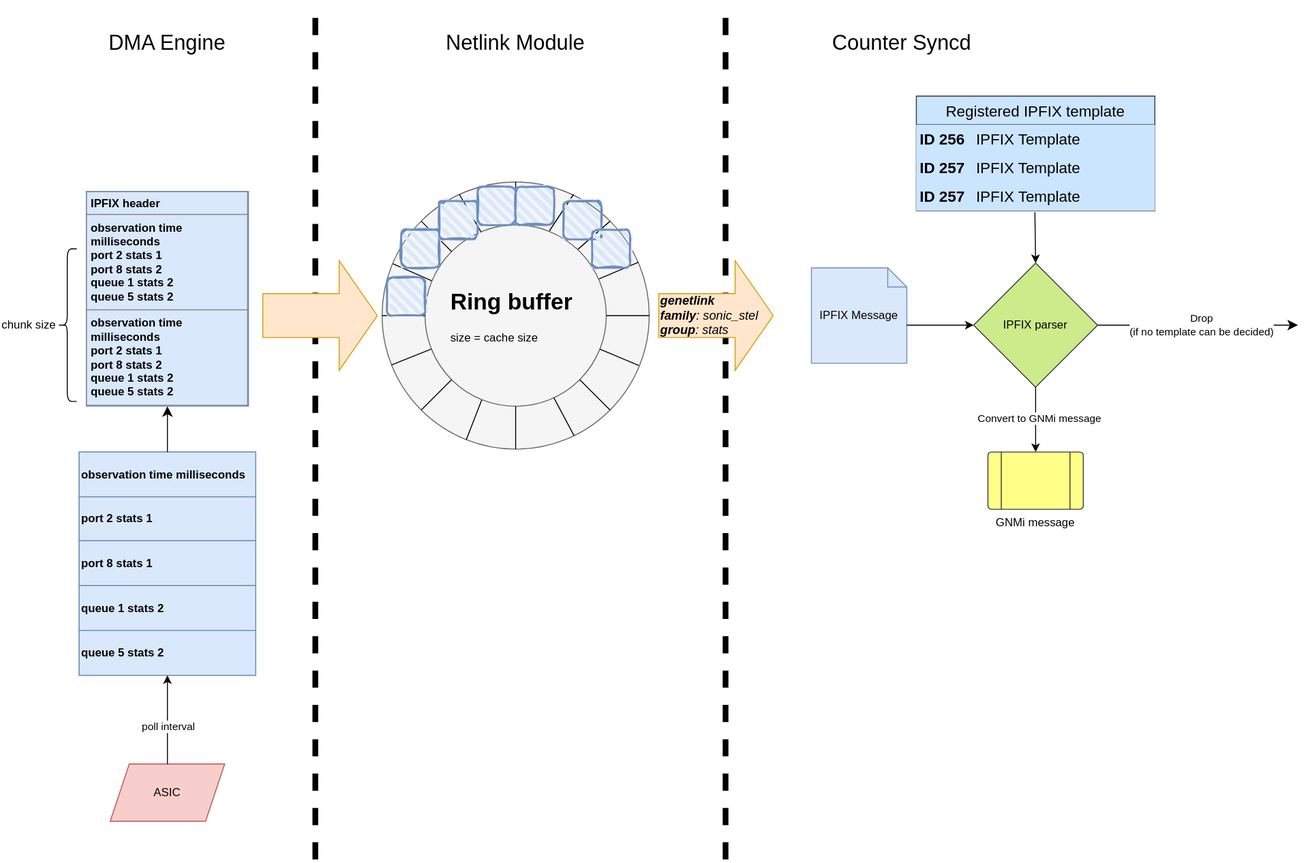
opencomputeproject/SAI keeps this draw.io diagram as doc/TAM/netlink_dma_channel.drawio.svg. Above is the earlier version. Source tidied: cells renumbered, new cells last; positions are measured from the earlier drawing's top-left corner, leaving out a move shared by most shapes.
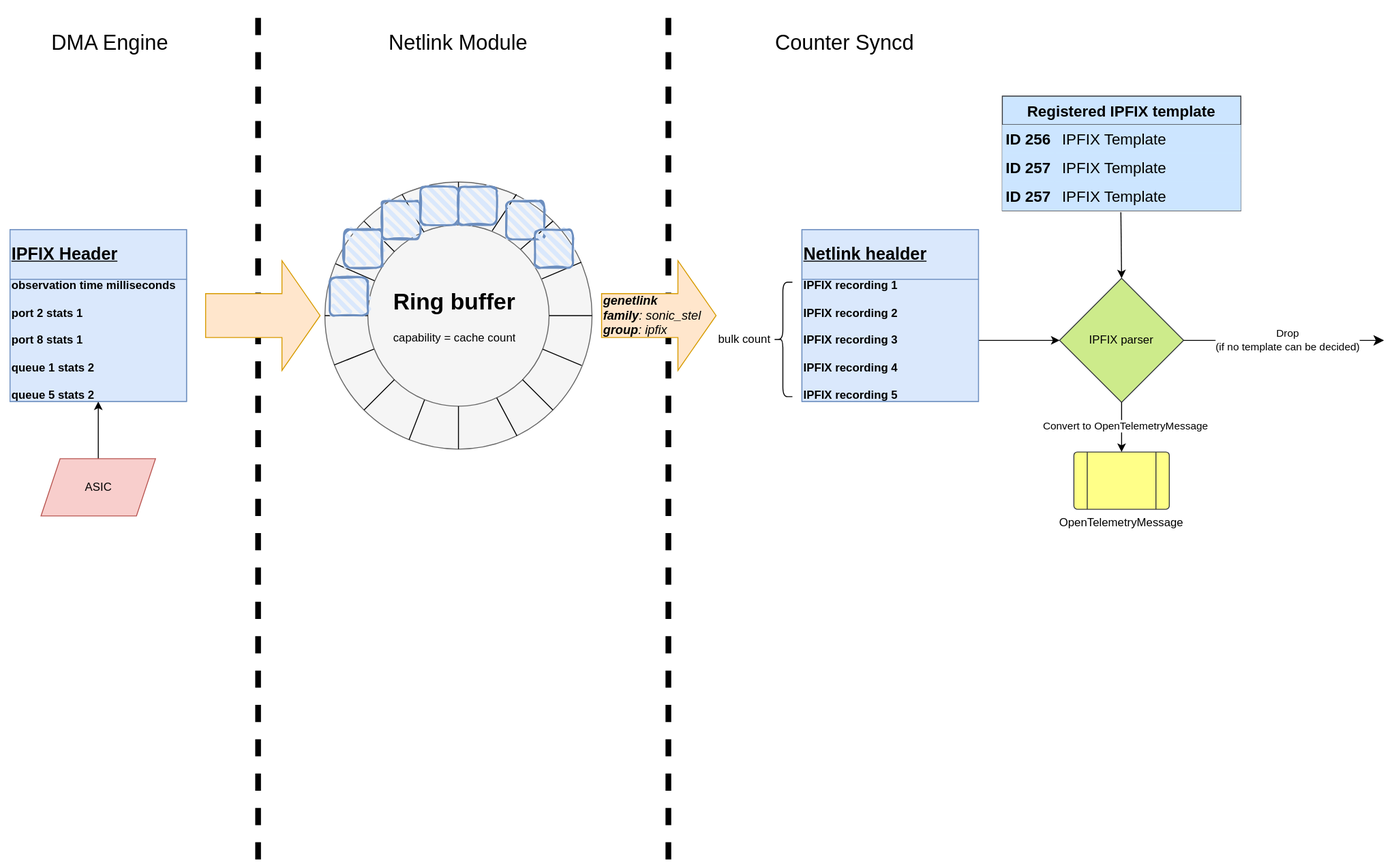
The same file after the commit.

The edit, as a diff of the source:
```diff
@@ -14,7 +14,7 @@
         <mxPoint x="760" y="10" as="targetPoint" />
       </mxGeometry>
     </mxCell>
-    <mxCell id="4" value="&lt;b&gt;genetlink&lt;/b&gt;&lt;div style=&quot;font-size: 13px;&quot;&gt;&lt;div style=&quot;font-size: 13px;&quot;&gt;&lt;b&gt;family&lt;/b&gt;: sonic_stel&lt;/div&gt;&lt;/div&gt;&lt;div style=&quot;font-size: 13px;&quot;&gt;&lt;b&gt;group&lt;/b&gt;: stats&lt;/div&gt;" style="html=1;shadow=0;dashed=0;align=left;verticalAlign=middle;shape=mxgraph.arrows2.arrow;dy=0.6;dx=40;notch=0;fontStyle=2;fontSize=13;fillColor=#ffe6cc;strokeColor=#d79b00;" parent="1" vertex="1">
+    <mxCell id="4" value="&lt;b&gt;genetlink&lt;/b&gt;&lt;div style=&quot;font-size: 13px;&quot;&gt;&lt;div style=&quot;font-size: 13px;&quot;&gt;&lt;b&gt;family&lt;/b&gt;: sonic_stel&lt;/div&gt;&lt;/div&gt;&lt;div style=&quot;font-size: 13px;&quot;&gt;&lt;b&gt;group&lt;/b&gt;: ipfix&lt;/div&gt;" style="html=1;shadow=0;dashed=0;align=left;verticalAlign=middle;shape=mxgraph.arrows2.arrow;dy=0.6;dx=40;notch=0;fontStyle=2;fontSize=13;fillColor=#ffe6cc;strokeColor=#d79b00;" parent="1" vertex="1">
       <mxGeometry x="690" y="272.5" width="120" height="115" as="geometry" />
     </mxCell>
     <mxCell id="5" value="Netlink Module" style="text;html=1;align=center;verticalAlign=middle;whiteSpace=wrap;rounded=0;strokeWidth=1;fontSize=22;" parent="1" vertex="1">
@@ -26,46 +26,28 @@
     <mxCell id="7" value="DMA Engine" style="text;html=1;align=center;verticalAlign=middle;whiteSpace=wrap;rounded=0;strokeWidth=1;fontSize=22;" parent="1" vertex="1">
       <mxGeometry x="60" width="230" height="90" as="geometry" />
     </mxCell>
+    <mxCell id="73" style="edgeStyle=orthogonalEdgeStyle;rounded=0;jettySize=auto;html=1;" parent="1" edge="1" source="8" target="10">
+      <mxGeometry relative="1" as="geometry" />
+    </mxCell>
     <mxCell id="8" value="ASIC" style="shape=parallelogram;perimeter=parallelogramPerimeter;whiteSpace=wrap;html=1;fixedSize=1;flipH=1;flipV=1;fillColor=#f8cecc;strokeColor=#b85450;" parent="1" vertex="1">
-      <mxGeometry x="115" y="800" width="120" height="60" as="geometry" />
+      <mxGeometry x="102.5" y="480" width="120" height="60" as="geometry" />
     </mxCell>
-    <mxCell id="9" value="&lt;table style=&quot;width:100%;height:100%;border-collapse:collapse;&quot; cellpadding=&quot;4&quot; height=&quot;100%&quot; width=&quot;100%&quot; border=&quot;1&quot;&gt;&lt;tbody&gt;&lt;tr&gt;&lt;th&gt;&lt;span&gt;IPFIX header&lt;/span&gt;&lt;/th&gt;&lt;/tr&gt;&lt;tr&gt;&lt;td&gt;observation time milliseconds&lt;br&gt;port 2 stats 1&lt;br&gt;port 8 stats 2&lt;br&gt;queue 1 stats 2&lt;br&gt;queue 5 stats 2&lt;/td&gt;&lt;/tr&gt;&lt;tr&gt;&lt;td&gt;observation time milliseconds&lt;br&gt;port 2 stats 1&lt;br&gt;port 8 stats 2&lt;br&gt;queue 1 stats 2&lt;br&gt;queue 5 stats 2&lt;br&gt;&lt;/td&gt;&lt;/tr&gt;&lt;/tbody&gt;&lt;/table&gt;" style="text;html=1;whiteSpace=wrap;strokeColor=#6c8ebf;fillColor=#dae8fc;overflow=fill;flipH=1;flipV=1;align=left;fontStyle=1;" parent="1" vertex="1">
-      <mxGeometry x="90" y="200" width="170" height="225" as="geometry" />
-    </mxCell>
     <mxCell id="10" style="shadow=0;fillColor=#dae8fc;flipH=1;flipV=1;align=left;strokeColor=#6c8ebf;fontStyle=1;fontSize=10;" parent="1" vertex="1">
-      <mxGeometry x="82.5" y="473" width="185" height="234" as="geometry" />
+      <mxGeometry x="70" y="240" width="185" height="180" as="geometry" />
     </mxCell>
+    <mxCell id="74" style="shape=tableRow;horizontal=0;startSize=0;swimlaneHead=0;swimlaneBody=0;top=0;left=0;bottom=0;right=0;fontStyle=1;fillColor=#dae8fc;strokeColor=#6c8ebf;" parent="10" vertex="1">
+      <mxGeometry width="185" height="52" as="geometry" />
+    </mxCell>
+    <mxCell id="75" value="&lt;u&gt;&lt;font style=&quot;font-size: 18px;&quot;&gt;IPFIX Header&lt;/font&gt;&lt;/u&gt;" style="strokeColor=#6c8ebf;fillColor=#dae8fc;align=left;whiteSpace=wrap;html=1;fontStyle=1;fontSize=12;" parent="74" vertex="1">
+      <mxGeometry width="185" height="52" as="geometry" />
+    </mxCell>
     <mxCell id="11" style="shape=tableRow;horizontal=0;startSize=0;swimlaneHead=0;swimlaneBody=0;top=0;left=0;bottom=0;right=0;fontStyle=1;fillColor=#dae8fc;strokeColor=#6c8ebf;" parent="10" vertex="1">
-      <mxGeometry width="185" height="47" as="geometry" />
+      <mxGeometry y="52" width="185" height="128" as="geometry" />
     </mxCell>
-    <mxCell id="12" value="&lt;span style=&quot;font-size: 12px;&quot;&gt;observation time milliseconds&lt;/span&gt;" style="strokeColor=#6c8ebf;fillColor=#dae8fc;align=left;whiteSpace=wrap;html=1;fontStyle=1;fontSize=12;" parent="11" vertex="1">
-      <mxGeometry width="185" height="47" as="geometry" />
+    <mxCell id="12" value="&lt;span style=&quot;font-size: 12px;&quot;&gt;observation time milliseconds&lt;/span&gt;&lt;div&gt;&lt;br&gt;&lt;div&gt;port 2 stats 1&lt;span style=&quot;font-size: 12px;&quot;&gt;&lt;br&gt;&lt;/span&gt;&lt;/div&gt;&lt;div&gt;&lt;br&gt;&lt;/div&gt;&lt;div&gt;port 8 stats 1&lt;br&gt;&lt;/div&gt;&lt;div&gt;&lt;br&gt;&lt;/div&gt;&lt;div&gt;queue 1 stats 2&lt;br&gt;&lt;/div&gt;&lt;div&gt;&lt;br&gt;&lt;/div&gt;&lt;div&gt;queue 5 stats 2&lt;br&gt;&lt;/div&gt;&lt;/div&gt;" style="strokeColor=#6c8ebf;fillColor=#dae8fc;align=left;whiteSpace=wrap;html=1;fontStyle=1;fontSize=12;" parent="11" vertex="1">
+      <mxGeometry width="185" height="128" as="geometry" />
     </mxCell>
-    <mxCell id="13" style="shape=tableRow;horizontal=0;startSize=0;swimlaneHead=0;swimlaneBody=0;top=0;left=0;bottom=0;right=0;fontStyle=1;fillColor=#dae8fc;strokeColor=#6c8ebf;" parent="10" vertex="1">
-      <mxGeometry y="47" width="185" height="46" as="geometry" />
-    </mxCell>
-    <mxCell id="14" value="&lt;span style=&quot;&quot;&gt;port 2 stats 1&lt;/span&gt;" style="strokeColor=#6c8ebf;fillColor=#dae8fc;align=left;whiteSpace=wrap;html=1;fontStyle=1;" parent="13" vertex="1">
-      <mxGeometry width="185" height="46" as="geometry" />
-    </mxCell>
-    <mxCell id="15" style="shape=tableRow;horizontal=0;startSize=0;swimlaneHead=0;swimlaneBody=0;top=0;left=0;bottom=0;right=0;fontStyle=1;fillColor=#dae8fc;strokeColor=#6c8ebf;" parent="10" vertex="1">
-      <mxGeometry y="93" width="185" height="47" as="geometry" />
-    </mxCell>
-    <mxCell id="16" value="&lt;span style=&quot;&quot;&gt;port 8 stats 1&lt;/span&gt;" style="strokeColor=#6c8ebf;fillColor=#dae8fc;align=left;whiteSpace=wrap;html=1;fontStyle=1;" parent="15" vertex="1">
-      <mxGeometry width="185" height="47" as="geometry" />
-    </mxCell>
-    <mxCell id="17" style="shape=tableRow;horizontal=0;startSize=0;swimlaneHead=0;swimlaneBody=0;top=0;left=0;bottom=0;right=0;fontStyle=1;fillColor=#dae8fc;strokeColor=#6c8ebf;" parent="10" vertex="1">
-      <mxGeometry y="140" width="185" height="47" as="geometry" />
-    </mxCell>
-    <mxCell id="18" value="queue 1 stats 2" style="strokeColor=#6c8ebf;fillColor=#dae8fc;align=left;whiteSpace=wrap;html=1;fontStyle=1;" parent="17" vertex="1">
-      <mxGeometry width="185" height="47" as="geometry" />
-    </mxCell>
-    <mxCell id="19" style="shape=tableRow;horizontal=0;startSize=0;swimlaneHead=0;swimlaneBody=0;top=0;left=0;bottom=0;right=0;fontStyle=1;fillColor=#dae8fc;strokeColor=#6c8ebf;" parent="10" vertex="1">
-      <mxGeometry y="187" width="185" height="47" as="geometry" />
-    </mxCell>
-    <mxCell id="20" value="queue 5 stats 2" style="strokeColor=#6c8ebf;fillColor=#dae8fc;align=left;whiteSpace=wrap;html=1;fontStyle=1;" parent="19" vertex="1">
-      <mxGeometry width="185" height="47" as="geometry" />
-    </mxCell>
-    <mxCell id="21" style="endArrow=classic;html=1;rounded=0;entryX=0.5;entryY=1;entryDx=0;entryDy=0;exitX=0.5;exitY=0;exitDx=0;exitDy=0;" parent="1" edge="1" source="8" target="19">
+    <mxCell id="21" style="endArrow=classic;html=1;rounded=0;entryX=0.5;entryY=1;entryDx=0;entryDy=0;exitX=0.5;exitY=0;exitDx=0;exitDy=0;" parent="1" edge="1" source="8" target="x">
       <mxGeometry relative="1" as="geometry" />
     </mxCell>
     <mxCell id="22" value="poll interval" style="edgeLabel;html=1;align=center;verticalAlign=middle;" parent="21" vertex="1">
@@ -73,20 +55,17 @@
         <mxPoint x="3" y="21" as="offset" />
       </mxGeometry>
     </mxCell>
-    <mxCell id="23" style="edgeStyle=segmentEdgeStyle;endArrow=classic;html=1;curved=0;rounded=0;endSize=8;startSize=8;entryX=0.5;entryY=1;entryDx=0;entryDy=0;exitX=0.5;exitY=0;exitDx=0;exitDy=0;" parent="1" edge="1" source="11" target="9">
-      <mxGeometry relative="1" as="geometry" />
-    </mxCell>
     <mxCell id="24" style="shape=curlyBracket;whiteSpace=wrap;html=1;rounded=1;labelPosition=left;verticalLabelPosition=middle;align=right;verticalAlign=middle;" parent="1" vertex="1">
-      <mxGeometry x="60" y="260" width="20" height="160" as="geometry" />
+      <mxGeometry x="870" y="295" width="20" height="120" as="geometry" />
     </mxCell>
-    <mxCell id="25" value="chunk size" style="text;html=1;align=center;verticalAlign=middle;whiteSpace=wrap;rounded=0;" parent="1" vertex="1">
-      <mxGeometry y="325" width="60" height="30" as="geometry" />
+    <mxCell id="25" value="bulk count" style="text;html=1;align=center;verticalAlign=middle;whiteSpace=wrap;rounded=0;" parent="1" vertex="1">
+      <mxGeometry x="810" y="340" width="60" height="30" as="geometry" />
     </mxCell>
     <mxCell id="26" style="html=1;shadow=0;dashed=0;align=left;verticalAlign=middle;shape=mxgraph.arrows2.arrow;dy=0.6;dx=40;notch=0;fillColor=#ffe6cc;strokeColor=#d79b00;" parent="1" vertex="1">
       <mxGeometry x="275" y="272.5" width="120" height="115" as="geometry" />
     </mxCell>
-    <mxCell id="27" value="Registered IPFIX template" style="shape=table;startSize=30;rowLines=0;fontStyle=0;strokeColor=#36393d;fontSize=16;fillColor=#cce5ff;" parent="1" vertex="1">
-      <mxGeometry x="960" y="100" width="250" height="120" as="geometry" />
+    <mxCell id="27" value="Registered IPFIX template" style="shape=table;startSize=30;rowLines=0;fontStyle=1;strokeColor=#36393d;fontSize=16;fillColor=#cce5ff;" parent="1" vertex="1">
+      <mxGeometry x="1110" y="100" width="250" height="120" as="geometry" />
     </mxCell>
     <mxCell id="28" style="shape=tableRow;horizontal=0;startSize=0;swimlaneHead=0;swimlaneBody=0;top=0;left=0;bottom=0;right=0;fillColor=#cce5ff;strokeColor=#36393d;fontSize=16;" parent="27" vertex="1">
       <mxGeometry y="30" width="250" height="30" as="geometry" />
@@ -115,13 +94,10 @@
     <mxCell id="36" value="IPFIX Template&amp;nbsp;" style="shape=partialRectangle;html=1;whiteSpace=wrap;fillColor=#cce5ff;top=0;left=0;bottom=0;right=0;align=left;spacingLeft=6;overflow=hidden;strokeColor=#36393d;fontSize=16;" parent="34" vertex="1">
       <mxGeometry x="55" width="195" height="30" as="geometry" />
     </mxCell>
-    <mxCell id="37" value="IPFIX Message" style="shape=note;size=20;whiteSpace=wrap;html=1;fillColor=#dae8fc;strokeColor=#6c8ebf;" parent="1" vertex="1">
-      <mxGeometry x="850" y="280" width="100" height="100" as="geometry" />
-    </mxCell>
     <mxCell id="38" value="IPFIX parser" style="rhombus;whiteSpace=wrap;html=1;fillColor=#cdeb8b;strokeColor=#36393d;" parent="1" vertex="1">
-      <mxGeometry x="1020" y="275" width="130" height="130" as="geometry" />
+      <mxGeometry x="1170" y="291" width="130" height="130" as="geometry" />
     </mxCell>
-    <mxCell id="39" style="endArrow=classic;html=1;rounded=0;entryX=0;entryY=0.5;entryDx=0;entryDy=0;exitX=0;exitY=0;exitDx=100;exitDy=60;exitPerimeter=0;" parent="1" edge="1" source="37" target="38">
+    <mxCell id="39" style="endArrow=classic;html=1;rounded=0;entryX=0;entryY=0.5;entryDx=0;entryDy=0;exitX=1;exitY=0.5;exitDx=0;exitDy=0;" parent="1" edge="1" source="79" target="38">
       <mxGeometry relative="1" as="geometry" />
     </mxCell>
     <mxCell id="40" style="group;" parent="1" vertex="1">
@@ -181,7 +157,7 @@
     <mxCell id="58" style="endArrow=none;html=1;rounded=0;entryX=0.711;entryY=0.954;entryDx=0;entryDy=0;entryPerimeter=0;exitX=0.719;exitY=0.95;exitDx=0;exitDy=0;exitPerimeter=0;" parent="40" edge="1" source="41" target="42">
       <mxGeometry relative="1" as="geometry" />
     </mxCell>
-    <mxCell id="59" value="&lt;h1 style=&quot;margin-top: 0px;&quot;&gt;Ring buffer&lt;/h1&gt;&lt;p&gt;size = cache size&lt;/p&gt;" style="text;html=1;whiteSpace=wrap;overflow=hidden;rounded=0;" parent="40" vertex="1">
+    <mxCell id="59" value="&lt;h1 style=&quot;margin-top: 0px;&quot;&gt;Ring buffer&lt;/h1&gt;&lt;p&gt;capability = cache count&lt;/p&gt;" style="text;html=1;whiteSpace=wrap;overflow=hidden;rounded=0;" parent="40" vertex="1">
       <mxGeometry x="70" y="105" width="140" height="70" as="geometry" />
     </mxCell>
     <mxCell id="60" style="rounded=1;whiteSpace=wrap;html=1;strokeWidth=2;fillWeight=4;hachureGap=8;hachureAngle=45;fillColor=#dae8fc;sketch=1;strokeColor=#6c8ebf;" parent="40" vertex="1">
@@ -210,7 +186,7 @@
     </mxCell>
     <mxCell id="68" style="edgeStyle=elbowEdgeStyle;elbow=vertical;endArrow=classic;html=1;curved=0;rounded=0;endSize=8;startSize=8;exitX=1;exitY=0.5;exitDx=0;exitDy=0;" parent="1" edge="1" source="38">
       <mxGeometry relative="1" as="geometry">
-        <mxPoint x="1360" y="340" as="targetPoint" />
+        <mxPoint x="1510" y="356" as="targetPoint" />
       </mxGeometry>
     </mxCell>
     <mxCell id="69" value="Drop&lt;div&gt;(if no template can be decided)&lt;/div&gt;" style="edgeLabel;html=1;align=center;verticalAlign=middle;" parent="68" vertex="1">
@@ -218,14 +194,29 @@
         <mxPoint x="-75" as="offset" />
       </mxGeometry>
     </mxCell>
-    <mxCell id="70" value="GNMi message" style="verticalLabelPosition=bottom;verticalAlign=top;html=1;shape=process;whiteSpace=wrap;rounded=1;size=0.14;arcSize=6;fillColor=#ffff88;strokeColor=#36393d;" parent="1" vertex="1">
-      <mxGeometry x="1035" y="473" width="100" height="60" as="geometry" />
+    <mxCell id="70" value="OpenTelemetryMessage" style="verticalLabelPosition=bottom;verticalAlign=top;html=1;shape=process;whiteSpace=wrap;rounded=1;size=0.14;arcSize=6;fillColor=#ffff88;strokeColor=#36393d;" parent="1" vertex="1">
+      <mxGeometry x="1185" y="473" width="100" height="60" as="geometry" />
     </mxCell>
     <mxCell id="71" style="endArrow=classic;html=1;rounded=0;exitX=0.5;exitY=1;exitDx=0;exitDy=0;entryX=0.5;entryY=0;entryDx=0;entryDy=0;" parent="1" edge="1" source="38" target="70">
       <mxGeometry relative="1" as="geometry" />
     </mxCell>
-    <mxCell id="72" value="Convert to GNMi message" style="edgeLabel;html=1;align=center;verticalAlign=middle;" parent="71" vertex="1">
+    <mxCell id="72" value="Convert to OpenTelemetryMessage" style="edgeLabel;html=1;align=center;verticalAlign=middle;" parent="71" vertex="1">
       <mxGeometry x="-0.06" y="3" relative="1" as="geometry" />
     </mxCell>
+    <mxCell id="76" style="shadow=0;fillColor=#dae8fc;flipH=1;flipV=1;align=left;strokeColor=#6c8ebf;fontStyle=1;fontSize=10;" parent="1" vertex="1">
+      <mxGeometry x="900" y="240" width="185" height="180" as="geometry" />
+    </mxCell>
+    <mxCell id="77" style="shape=tableRow;horizontal=0;startSize=0;swimlaneHead=0;swimlaneBody=0;top=0;left=0;bottom=0;right=0;fontStyle=1;fillColor=#dae8fc;strokeColor=#6c8ebf;" parent="76" vertex="1">
+      <mxGeometry width="185" height="52" as="geometry" />
+    </mxCell>
+    <mxCell id="78" value="&lt;u&gt;&lt;font style=&quot;font-size: 18px;&quot;&gt;Netlink healder&lt;/font&gt;&lt;/u&gt;" style="strokeColor=#6c8ebf;fillColor=#dae8fc;align=left;whiteSpace=wrap;html=1;fontStyle=1;fontSize=12;" parent="77" vertex="1">
+      <mxGeometry width="185" height="52" as="geometry" />
+    </mxCell>
+    <mxCell id="79" style="shape=tableRow;horizontal=0;startSize=0;swimlaneHead=0;swimlaneBody=0;top=0;left=0;bottom=0;right=0;fontStyle=1;fillColor=#dae8fc;strokeColor=#6c8ebf;" parent="76" vertex="1">
+      <mxGeometry y="52" width="185" height="128" as="geometry" />
+    </mxCell>
+    <mxCell id="80" value="&lt;span style=&quot;font-size: 12px;&quot;&gt;IPFIX recording 1&lt;/span&gt;&lt;div&gt;&lt;br&gt;&lt;div&gt;IPFIX recording 2&lt;span style=&quot;font-size: 12px;&quot;&gt;&lt;br&gt;&lt;/span&gt;&lt;/div&gt;&lt;div&gt;&lt;br&gt;&lt;/div&gt;&lt;div&gt;IPFIX recording 3&lt;br&gt;&lt;/div&gt;&lt;div&gt;&lt;br&gt;&lt;/div&gt;&lt;div&gt;IPFIX recording 4&lt;br&gt;&lt;/div&gt;&lt;div&gt;&lt;br&gt;&lt;/div&gt;&lt;div&gt;IPFIX recording 5&lt;br&gt;&lt;/div&gt;&lt;/div&gt;" style="strokeColor=#6c8ebf;fillColor=#dae8fc;align=left;whiteSpace=wrap;html=1;fontStyle=1;fontSize=12;" parent="79" vertex="1">
+      <mxGeometry width="185" height="128" as="geometry" />
+    </mxCell>
   </root>
 </mxGraphModel>
```
